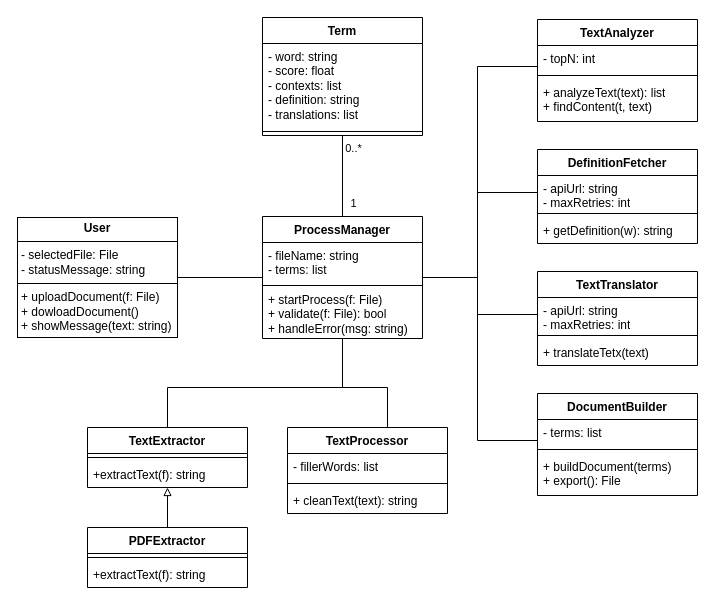
This is Class Diagram/Class Diagram-Pancit.drawio from Rndel01/IlocoAdal, a draw.io file, before an edit. Source tidied: cells renumbered, new cells numbered last; positions are measured from the earlier drawing's top-left corner, leaving out a move shared by most shapes. Both pictures are drawn from the tidied source at 100%, with x=0, y=0 at pixel (17, 17).
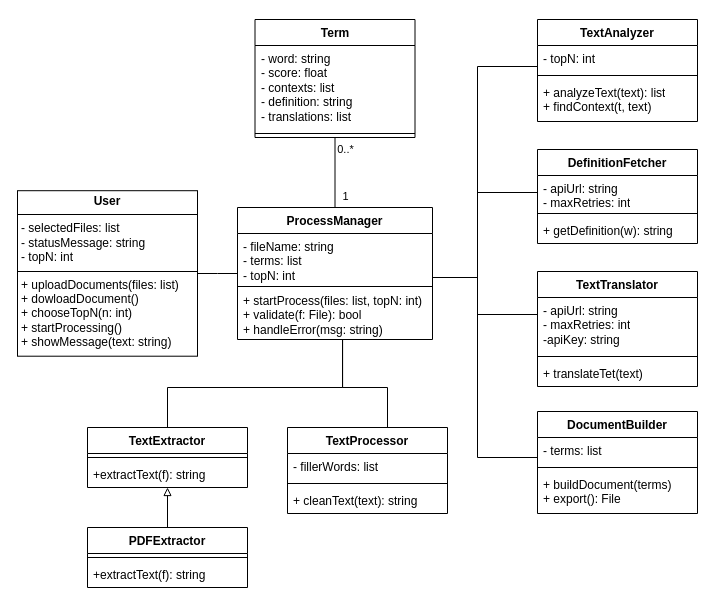
Above is the later version.

Commit message (it also covers changes not shown here):
Updated Class Diagram

Unchanged cells that the change refers to:
```xml
<mxCell id="31" value="TextAnalyzer" style="swimlane;fontStyle=1;align=center;verticalAlign=top;horizontal=1;startSize=26;whiteSpace=wrap;html=1;" parent="1" vertex="1">
  <mxGeometry x="520" y="2" width="160" height="102" as="geometry" />
</mxCell>
```

What changed in the source:
```diff
@@
-    <mxCell id="3" value="&lt;p style=&quot;margin:0px;margin-top:4px;text-align:center;&quot;&gt;&lt;b&gt;User&lt;/b&gt;&lt;/p&gt;&lt;hr size=&quot;1&quot; style=&quot;border-style:solid;&quot;&gt;&lt;p style=&quot;margin:0px;margin-left:4px;&quot;&gt;- selectedFile: File&lt;/p&gt;&lt;p style=&quot;margin:0px;margin-left:4px;&quot;&gt;- statusMessage: string&lt;/p&gt;&lt;hr size=&quot;1&quot; style=&quot;border-style:solid;&quot;&gt;&lt;p style=&quot;margin:0px;margin-left:4px;&quot;&gt;+ uploadDocument(f: File)&lt;/p&gt;&lt;p style=&quot;margin:0px;margin-left:4px;&quot;&gt;+ dowloadDocument()&lt;/p&gt;&lt;p style=&quot;margin:0px;margin-left:4px;&quot;&gt;+ showMessage(text: string)&lt;/p&gt;" style="verticalAlign=top;align=left;overflow=fill;html=1;whiteSpace=wrap;" parent="1" vertex="1">
-      <mxGeometry y="200" width="160" height="120" as="geometry" />
+    <mxCell id="3" value="&lt;p style=&quot;margin:0px;margin-top:4px;text-align:center;&quot;&gt;&lt;b&gt;User&lt;/b&gt;&lt;/p&gt;&lt;hr size=&quot;1&quot; style=&quot;border-style:solid;&quot;&gt;&lt;p style=&quot;margin:0px;margin-left:4px;&quot;&gt;- selectedFiles: list&lt;/p&gt;&lt;p style=&quot;margin:0px;margin-left:4px;&quot;&gt;- statusMessage: string&lt;/p&gt;&lt;p style=&quot;margin:0px;margin-left:4px;&quot;&gt;- topN: int&lt;/p&gt;&lt;hr size=&quot;1&quot; style=&quot;border-style:solid;&quot;&gt;&lt;p style=&quot;margin:0px;margin-left:4px;&quot;&gt;+ uploadDocuments(files: list)&lt;/p&gt;&lt;p style=&quot;margin:0px;margin-left:4px;&quot;&gt;+ dowloadDocument()&lt;/p&gt;&lt;p style=&quot;margin:0px;margin-left:4px;&quot;&gt;+ chooseTopN(n: int)&lt;/p&gt;&lt;p style=&quot;margin:0px;margin-left:4px;&quot;&gt;+ startProcessing()&lt;/p&gt;&lt;p style=&quot;margin:0px;margin-left:4px;&quot;&gt;+ showMessage(text: string)&lt;/p&gt;" style="verticalAlign=top;align=left;overflow=fill;html=1;whiteSpace=wrap;" parent="1" vertex="1">
+      <mxGeometry y="173.2" width="180" height="165.5" as="geometry" />
     </mxCell>
@@
     <mxCell id="9" style="edgeStyle=orthogonalEdgeStyle;rounded=0;jettySize=auto;html=1;endArrow=none;endFill=0;" parent="1" edge="1" source="10" target="43">
-      <mxGeometry relative="1" as="geometry">
+      <mxGeometry x="-0.06" relative="1" as="geometry">
         <Array as="points">
           <mxPoint x="460" y="260" />
-          <mxPoint x="460" y="423" />
+          <mxPoint x="460" y="440" />
         </Array>
       </mxGeometry>
     </mxCell>
     <mxCell id="10" value="ProcessManager" style="swimlane;fontStyle=1;align=center;verticalAlign=top;horizontal=1;startSize=26;whiteSpace=wrap;html=1;" parent="1" vertex="1">
-      <mxGeometry x="245" y="199" width="160" height="122" as="geometry" />
+      <mxGeometry x="220" y="190" width="195" height="132" as="geometry" />
     </mxCell>
-    <mxCell id="11" value="&lt;div&gt;- fileName: string&lt;/div&gt;&lt;div&gt;- terms: list&lt;/div&gt;" style="text;strokeColor=none;fillColor=none;align=left;verticalAlign=top;spacingLeft=4;spacingRight=4;overflow=hidden;whiteSpace=wrap;html=1;" parent="10" vertex="1">
-      <mxGeometry y="26" width="160" height="42" as="geometry" />
+    <mxCell id="11" value="&lt;div&gt;- fileName: string&lt;/div&gt;&lt;div&gt;- terms: list&lt;/div&gt;&lt;div&gt;- topN: int&lt;/div&gt;" style="text;strokeColor=none;fillColor=none;align=left;verticalAlign=top;spacingLeft=4;spacingRight=4;overflow=hidden;whiteSpace=wrap;html=1;" parent="10" vertex="1">
+      <mxGeometry y="26" width="195" height="52" as="geometry" />
     </mxCell>
     <mxCell id="12" style="line;strokeWidth=1;fillColor=none;align=left;verticalAlign=middle;spacingTop=-1;spacingLeft=3;spacingRight=3;labelPosition=right;strokeColor=inherit;" parent="10" vertex="1">
-      <mxGeometry y="68" width="160" height="2" as="geometry" />
+      <mxGeometry y="78" width="195" height="2" as="geometry" />
     </mxCell>
-    <mxCell id="13" value="&lt;div&gt;+ startProcess(f: File)&lt;/div&gt;&lt;div&gt;+ validate(f: File): bool&lt;/div&gt;&lt;div&gt;+ handleError(msg: string)&lt;/div&gt;" style="text;strokeColor=none;fillColor=none;align=left;verticalAlign=top;spacingLeft=4;spacingRight=4;overflow=hidden;whiteSpace=wrap;html=1;" parent="10" vertex="1">
-      <mxGeometry y="70" width="160" height="52" as="geometry" />
+    <mxCell id="13" value="&lt;div&gt;+ startProcess(files: list, topN: int)&lt;/div&gt;&lt;div&gt;+ validate(f: File): bool&lt;/div&gt;&lt;div&gt;+ handleError(msg: string)&lt;/div&gt;" style="text;strokeColor=none;fillColor=none;align=left;verticalAlign=top;spacingLeft=4;spacingRight=4;overflow=hidden;whiteSpace=wrap;html=1;" parent="10" vertex="1">
+      <mxGeometry y="80" width="195" height="52" as="geometry" />
     </mxCell>
@@
     <mxCell id="17" value="Term" style="swimlane;fontStyle=1;align=center;verticalAlign=top;horizontal=1;startSize=26;whiteSpace=wrap;html=1;" parent="1" vertex="1">
-      <mxGeometry x="245" width="160" height="118" as="geometry" />
+      <mxGeometry x="237.5" y="2" width="160" height="118" as="geometry" />
     </mxCell>
@@
-    <mxCell id="34" value="+ analyzeText(text): list&lt;div&gt;+ findContent(t, text)&lt;/div&gt;" style="text;strokeColor=none;fillColor=none;align=left;verticalAlign=top;spacingLeft=4;spacingRight=4;overflow=hidden;whiteSpace=wrap;html=1;" parent="31" vertex="1">
+    <mxCell id="34" value="+ analyzeText(text): list&lt;div&gt;+ findContext(t, text)&lt;/div&gt;" style="text;strokeColor=none;fillColor=none;align=left;verticalAlign=top;spacingLeft=4;spacingRight=4;overflow=hidden;whiteSpace=wrap;html=1;" parent="31" vertex="1">
       <mxGeometry y="60" width="160" height="42" as="geometry" />
     </mxCell>
@@
     <mxCell id="39" value="TextTranslator" style="swimlane;fontStyle=1;align=center;verticalAlign=top;horizontal=1;startSize=26;whiteSpace=wrap;html=1;" parent="1" vertex="1">
-      <mxGeometry x="520" y="254" width="160" height="94" as="geometry" />
+      <mxGeometry x="520" y="254" width="160" height="115" as="geometry" />
     </mxCell>
-    <mxCell id="40" value="- apiUrl: string&lt;div&gt;- maxRetries: int&lt;/div&gt;" style="text;strokeColor=none;fillColor=none;align=left;verticalAlign=top;spacingLeft=4;spacingRight=4;overflow=hidden;whiteSpace=wrap;html=1;" parent="39" vertex="1">
-      <mxGeometry y="26" width="160" height="34" as="geometry" />
+    <mxCell id="40" value="- apiUrl: string&lt;div&gt;- maxRetries: int&lt;/div&gt;&lt;div&gt;-apiKey: string&lt;/div&gt;" style="text;strokeColor=none;fillColor=none;align=left;verticalAlign=top;spacingLeft=4;spacingRight=4;overflow=hidden;whiteSpace=wrap;html=1;" parent="39" vertex="1">
+      <mxGeometry y="26" width="160" height="55" as="geometry" />
     </mxCell>
     <mxCell id="41" style="line;strokeWidth=1;fillColor=none;align=left;verticalAlign=middle;spacingTop=-1;spacingLeft=3;spacingRight=3;labelPosition=right;strokeColor=inherit;" parent="39" vertex="1">
-      <mxGeometry y="60" width="160" height="8" as="geometry" />
+      <mxGeometry y="81" width="160" height="8" as="geometry" />
     </mxCell>
-    <mxCell id="42" value="+ translateTetx(text)" style="text;strokeColor=none;fillColor=none;align=left;verticalAlign=top;spacingLeft=4;spacingRight=4;overflow=hidden;whiteSpace=wrap;html=1;" parent="39" vertex="1">
-      <mxGeometry y="68" width="160" height="26" as="geometry" />
+    <mxCell id="42" value="+ translateTet(text)" style="text;strokeColor=none;fillColor=none;align=left;verticalAlign=top;spacingLeft=4;spacingRight=4;overflow=hidden;whiteSpace=wrap;html=1;" parent="39" vertex="1">
+      <mxGeometry y="89" width="160" height="26" as="geometry" />
     </mxCell>
     <mxCell id="43" value="DocumentBuilder" style="swimlane;fontStyle=1;align=center;verticalAlign=top;horizontal=1;startSize=26;whiteSpace=wrap;html=1;" parent="1" vertex="1">
-      <mxGeometry x="520" y="376" width="160" height="102" as="geometry" />
+      <mxGeometry x="520" y="394" width="160" height="102" as="geometry" />
     </mxCell>
```
